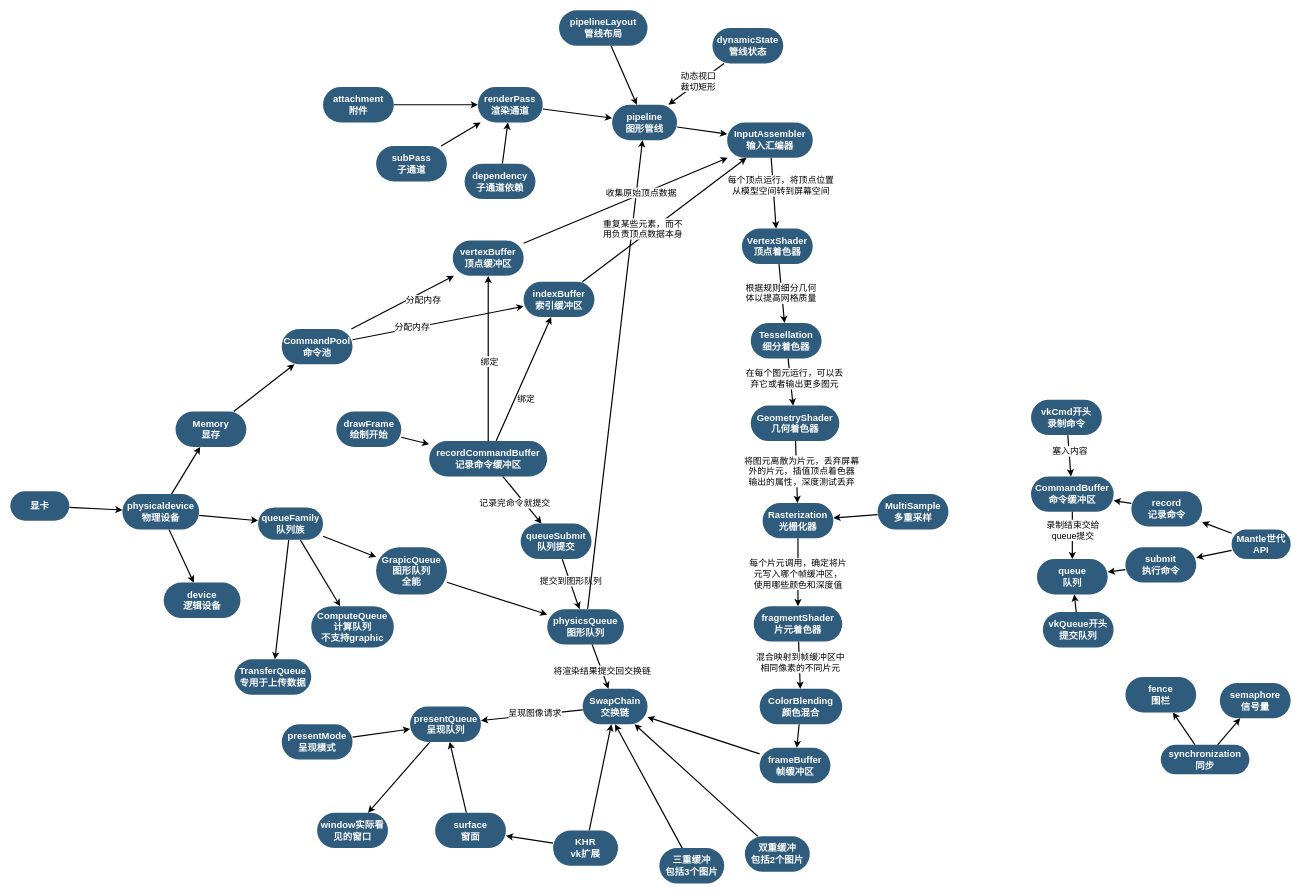
unphics/vulkan_tutorial_note keeps this draw.io diagram as LearningVulkan/LearningVulkan/vulkan.drawio. Above is the earlier version. Source tidied: cells renumbered, new cells numbered last; positions are measured from the earlier drawing's top-left corner, leaving out a move shared by most shapes. Both pictures are drawn from the tidied source at 59%, with x=0, y=0 at pixel (10, 10).
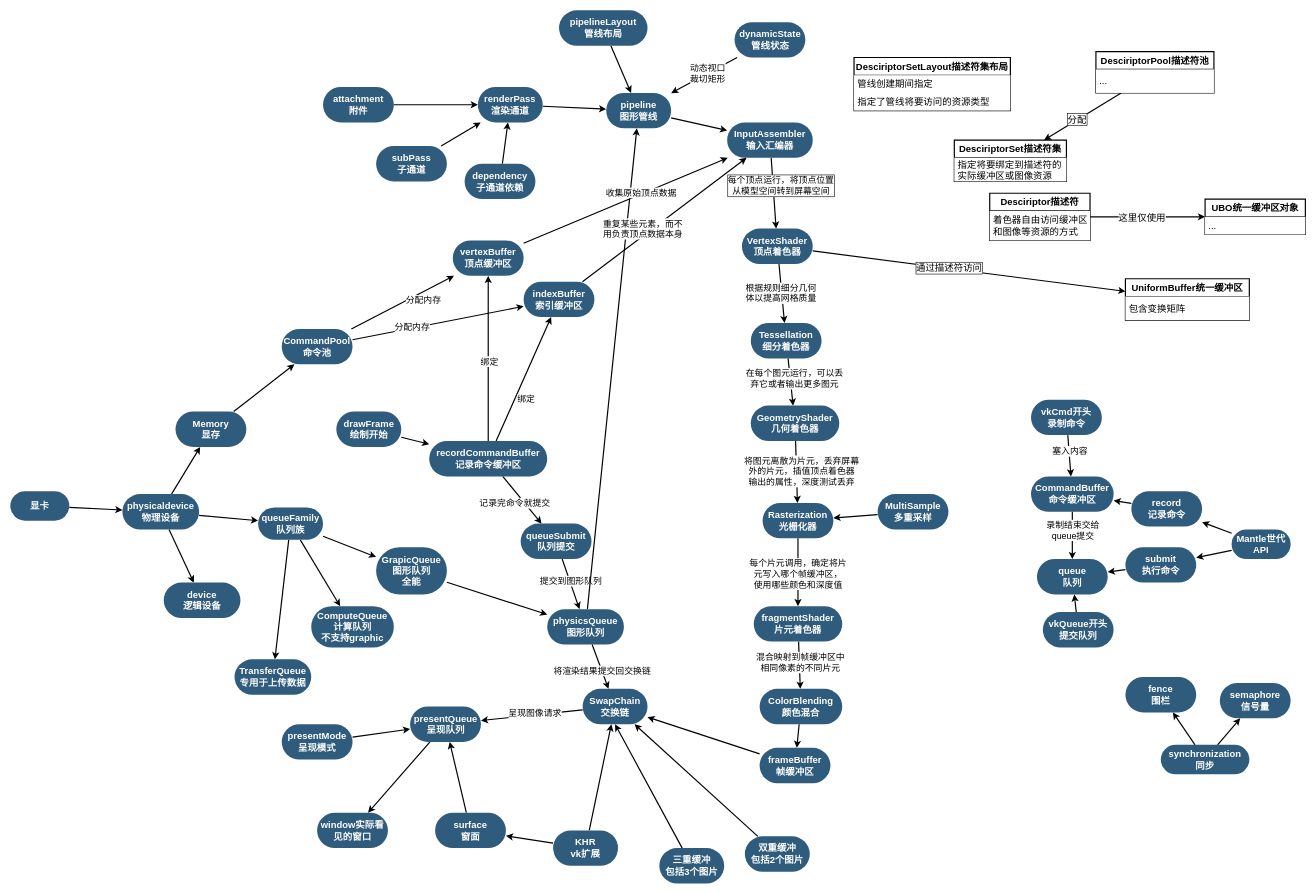
After the change.

Unchanged cells that the change refers to:
```xml
<mxCell id="94" style="edgeStyle=none;rounded=0;jettySize=auto;html=1;strokeWidth=2;fontSize=15;" parent="1" edge="1" source="96" target="99">
  <mxGeometry relative="1" as="geometry" />
</mxCell>
<mxCell id="99" value="VertexShader顶点着色器" style="whiteSpace=wrap;html=1;fontSize=16;fillColor=#2F5B7C;strokeColor=none;fontColor=#FFFFFF;rounded=1;shadow=0;labelBackgroundColor=none;strokeWidth=3;fontStyle=1;spacing=5;arcSize=50;" parent="1" vertex="1">
  <mxGeometry x="1240" y="370" width="120" height="60" as="geometry" />
</mxCell>
```

The edit, as a diff of the source:
```diff
@@
     <mxCell id="40" value="pipeline&lt;br&gt;图形管线" style="whiteSpace=wrap;html=1;fontSize=16;fillColor=#2F5B7C;strokeColor=none;fontColor=#FFFFFF;rounded=1;shadow=0;labelBackgroundColor=none;strokeWidth=3;fontStyle=1;spacing=5;arcSize=50;" parent="1" vertex="1">
-      <mxGeometry x="1020" y="160" width="110" height="60" as="geometry" />
+      <mxGeometry x="1010" y="140" width="110" height="60" as="geometry" />
     </mxCell>
@@
-    <mxCell id="95" value="每个顶点运行，将顶点位置&lt;br&gt;从模型空间转到屏幕空间" style="edgeLabel;html=1;align=center;verticalAlign=middle;fontSize=15;" parent="94" vertex="1">
+    <mxCell id="95" value="每个顶点运行，将顶点位置&lt;br&gt;从模型空间转到屏幕空间" style="edgeLabel;html=1;align=center;verticalAlign=middle;fontSize=15;labelBorderColor=default;" parent="94" vertex="1">
       <mxGeometry x="-0.41" relative="1" as="geometry">
         <mxPoint x="13" y="12" as="offset" />
       </mxGeometry>
     </mxCell>
@@
+    <mxCell id="123" style="edgeStyle=none;rounded=0;jettySize=auto;html=1;strokeWidth=2;fontSize=16;fontColor=#FFFFFF;" parent="1" edge="1" source="99" target="129">
+      <mxGeometry relative="1" as="geometry" />
+    </mxCell>
+    <mxCell id="124" value="&lt;font style=&quot;&quot;&gt;通过描述符访问&lt;/font&gt;" style="edgeLabel;html=1;align=center;verticalAlign=middle;fontSize=16;fontColor=#000000;labelBorderColor=default;spacingTop=0;spacing=5;labelBackgroundColor=#FFFFFF;horizontal=1;" parent="123" vertex="1">
+      <mxGeometry x="-0.13" y="1" relative="1" as="geometry" />
+    </mxCell>
@@
     <mxCell id="122" value="dynamicState&lt;br&gt;管线状态" style="whiteSpace=wrap;html=1;fontSize=16;fillColor=#2F5B7C;strokeColor=none;fontColor=#FFFFFF;rounded=1;shadow=0;labelBackgroundColor=none;strokeWidth=3;fontStyle=1;spacing=5;arcSize=50;" parent="1" vertex="1">
-      <mxGeometry x="1190" y="30" width="120" height="60" as="geometry" />
+      <mxGeometry x="1227.5" y="20" width="120" height="60" as="geometry" />
     </mxCell>
+    <mxCell id="125" style="edgeStyle=none;rounded=0;jettySize=auto;html=1;strokeWidth=2;fontSize=16;fontColor=#000000;" parent="1" edge="1" source="127" target="140">
+      <mxGeometry relative="1" as="geometry" />
+    </mxCell>
+    <mxCell id="126" value="这里仅使用" style="edgeLabel;html=1;align=center;verticalAlign=middle;fontSize=16;fontColor=#000000;" parent="125" vertex="1">
+      <mxGeometry x="0.23" y="1" relative="1" as="geometry">
+        <mxPoint x="-33" y="1" as="offset" />
+      </mxGeometry>
+    </mxCell>
+    <mxCell id="127" value="&lt;font color=&quot;#000000&quot;&gt;Desciriptor描述符&lt;/font&gt;" style="swimlane;fontStyle=1;horizontal=1;startSize=30;rounded=0;shadow=0;glass=0;sketch=0;strokeWidth=2;fillColor=#FFFFFF;fontColor=#FFFFFF;fontSize=16;html=1;whiteSpace=wrap;" parent="1" vertex="1">
+      <mxGeometry x="1660" y="310" width="170" height="80" as="geometry" />
+    </mxCell>
+    <mxCell id="128" value="&lt;font color=&quot;#000000&quot;&gt;着色器自由访问缓冲区和图像等资源的方式&lt;/font&gt;" style="text;strokeColor=none;fillColor=#FFFFFF;align=left;verticalAlign=middle;spacingLeft=4;spacingRight=4;overflow=hidden;rounded=0;shadow=0;glass=0;sketch=0;fontSize=16;fontColor=#FFFFFF;whiteSpace=wrap;html=1;" parent="127" vertex="1">
+      <mxGeometry y="30" width="170" height="50" as="geometry" />
+    </mxCell>
+    <mxCell id="129" value="&lt;font color=&quot;#000000&quot;&gt;UniformBuffer统一缓冲区&lt;/font&gt;" style="swimlane;fontStyle=1;horizontal=1;startSize=30;rounded=0;shadow=0;glass=0;sketch=0;strokeWidth=2;fillColor=#FFFFFF;fontColor=#FFFFFF;fontSize=16;html=1;whiteSpace=wrap;" parent="1" vertex="1">
+      <mxGeometry x="1890" y="455" width="210" height="70" as="geometry" />
+    </mxCell>
+    <mxCell id="130" value="&lt;font color=&quot;#000000&quot;&gt;包含变换矩阵&lt;/font&gt;" style="text;strokeColor=none;fillColor=#FFFFFF;align=left;verticalAlign=middle;spacingLeft=4;spacingRight=4;overflow=hidden;rounded=0;shadow=0;glass=0;sketch=0;fontSize=16;fontColor=#FFFFFF;whiteSpace=wrap;html=1;" parent="129" vertex="1">
+      <mxGeometry y="30" width="210" height="40" as="geometry" />
+    </mxCell>
+    <mxCell id="131" value="&lt;font color=&quot;#000000&quot;&gt;DesciriptorSetLayout描述符集布局&lt;/font&gt;" style="swimlane;fontStyle=1;horizontal=1;startSize=30;rounded=0;shadow=0;glass=0;sketch=0;strokeWidth=2;fillColor=#FFFFFF;fontColor=#FFFFFF;fontSize=16;html=1;whiteSpace=wrap;" parent="1" vertex="1">
+      <mxGeometry x="1430" y="80" width="265" height="90" as="geometry" />
+    </mxCell>
+    <mxCell id="132" value="&lt;font color=&quot;#000000&quot;&gt;管线创建期间指定&lt;/font&gt;" style="text;strokeColor=none;fillColor=#FFFFFF;align=left;verticalAlign=middle;spacingLeft=4;spacingRight=4;overflow=hidden;rounded=0;shadow=0;glass=0;sketch=0;fontSize=16;fontColor=#FFFFFF;whiteSpace=wrap;html=1;" parent="131" vertex="1">
+      <mxGeometry y="30" width="265" height="30" as="geometry" />
+    </mxCell>
+    <mxCell id="133" value="&lt;font color=&quot;#000000&quot;&gt;指定了管线将要访问的资源类型&lt;/font&gt;" style="text;strokeColor=none;fillColor=#FFFFFF;align=left;verticalAlign=middle;spacingLeft=4;spacingRight=4;overflow=hidden;rounded=0;shadow=0;glass=0;sketch=0;fontSize=16;fontColor=#FFFFFF;whiteSpace=wrap;html=1;" parent="131" vertex="1">
+      <mxGeometry y="60" width="265" height="30" as="geometry" />
+    </mxCell>
+    <mxCell id="134" style="edgeStyle=none;rounded=0;jettySize=auto;html=1;strokeWidth=2;fontSize=16;fontColor=#FFFFFF;" parent="1" edge="1" source="136" target="138">
+      <mxGeometry relative="1" as="geometry" />
+    </mxCell>
+    <mxCell id="135" value="&lt;font style=&quot;&quot; color=&quot;#000000&quot;&gt;分配&lt;/font&gt;" style="edgeLabel;html=1;align=center;verticalAlign=middle;fontSize=16;fontColor=#FFFFFF;labelBorderColor=default;spacing=7;" parent="134" vertex="1">
+      <mxGeometry x="0.3" y="-1" relative="1" as="geometry">
+        <mxPoint x="10" y="-7" as="offset" />
+      </mxGeometry>
+    </mxCell>
+    <mxCell id="136" value="&lt;font color=&quot;#000000&quot;&gt;DesciriptorPool描述符池&lt;/font&gt;" style="swimlane;fontStyle=1;horizontal=1;startSize=30;rounded=0;shadow=0;glass=0;sketch=0;strokeWidth=2;fillColor=#FFFFFF;fontColor=#FFFFFF;fontSize=16;html=1;whiteSpace=wrap;" parent="1" vertex="1">
+      <mxGeometry x="1840" y="70" width="200" height="70" as="geometry" />
+    </mxCell>
+    <mxCell id="137" value="&lt;font color=&quot;#000000&quot;&gt;...&lt;/font&gt;" style="text;strokeColor=none;fillColor=#FFFFFF;align=left;verticalAlign=middle;spacingLeft=4;spacingRight=4;overflow=hidden;rounded=0;shadow=0;glass=0;sketch=0;fontSize=16;fontColor=#FFFFFF;whiteSpace=wrap;html=1;" parent="136" vertex="1">
+      <mxGeometry y="30" width="200" height="40" as="geometry" />
+    </mxCell>
+    <mxCell id="138" value="&lt;font color=&quot;#000000&quot;&gt;DesciriptorSet描述符集&lt;/font&gt;" style="swimlane;fontStyle=1;horizontal=1;startSize=30;rounded=0;shadow=0;glass=0;sketch=0;strokeWidth=2;fillColor=#FFFFFF;fontColor=#FFFFFF;fontSize=16;html=1;whiteSpace=wrap;" parent="1" vertex="1">
+      <mxGeometry x="1600" y="220" width="190" height="70" as="geometry" />
+    </mxCell>
+    <mxCell id="139" value="&lt;font color=&quot;#000000&quot;&gt;指定将要绑定到描述符的实际缓冲区或图像资源&lt;/font&gt;" style="text;strokeColor=none;fillColor=#FFFFFF;align=left;verticalAlign=middle;spacingLeft=4;spacingRight=4;overflow=hidden;rounded=0;shadow=0;glass=0;sketch=0;fontSize=16;fontColor=#FFFFFF;whiteSpace=wrap;html=1;" parent="138" vertex="1">
+      <mxGeometry y="30" width="190" height="40" as="geometry" />
+    </mxCell>
+    <mxCell id="140" value="&lt;font color=&quot;#000000&quot;&gt;UBO统一缓冲区对象&lt;/font&gt;" style="swimlane;fontStyle=1;horizontal=1;startSize=30;rounded=0;shadow=0;glass=0;sketch=0;strokeWidth=2;fillColor=#FFFFFF;fontColor=#FFFFFF;fontSize=16;html=1;whiteSpace=wrap;" parent="1" vertex="1">
+      <mxGeometry x="2025" y="320" width="170" height="60" as="geometry" />
+    </mxCell>
+    <mxCell id="141" value="&lt;font color=&quot;#000000&quot;&gt;...&lt;/font&gt;" style="text;strokeColor=none;fillColor=#FFFFFF;align=left;verticalAlign=middle;spacingLeft=4;spacingRight=4;overflow=hidden;rounded=0;shadow=0;glass=0;sketch=0;fontSize=16;fontColor=#FFFFFF;whiteSpace=wrap;html=1;" parent="140" vertex="1">
+      <mxGeometry y="30" width="170" height="30" as="geometry" />
+    </mxCell>
```
